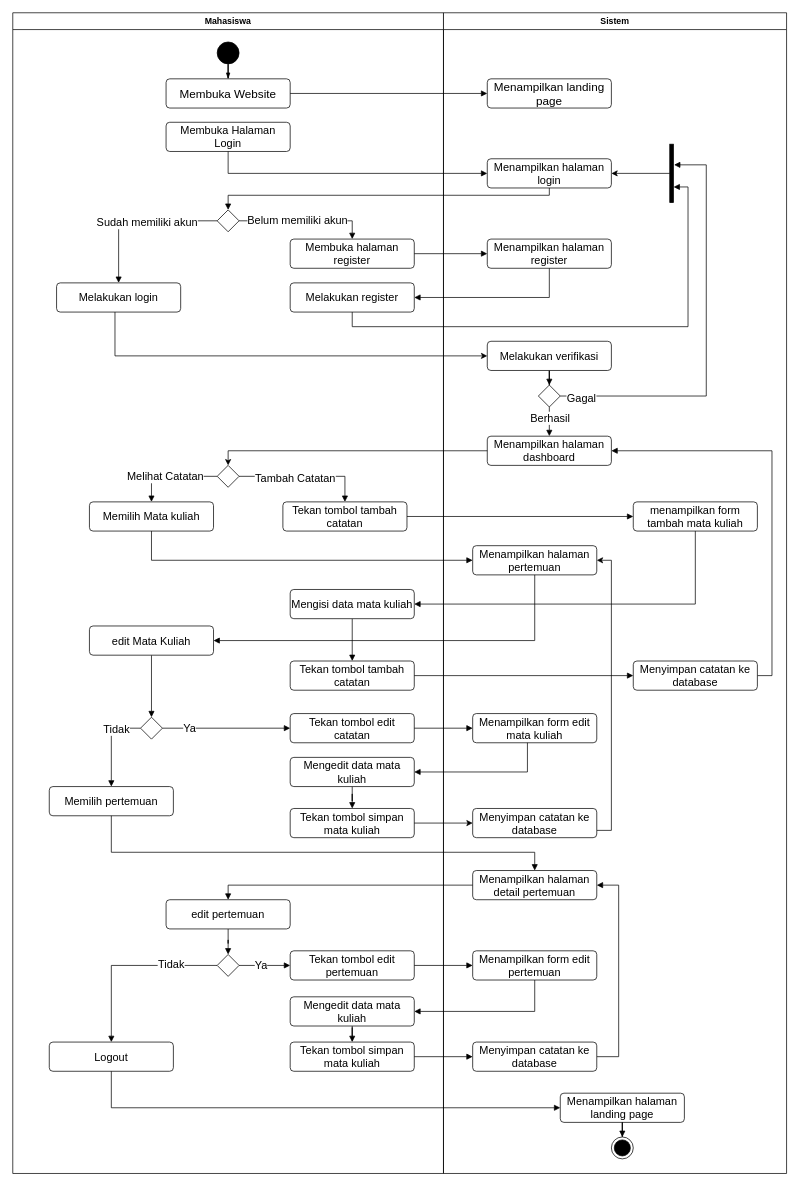
Above: catatan-kuliah-activity.drawio in Gefila/draw.io (draw.io), before the change. Source tidied: cells renumbered, new cells numbered last; positions are measured from the earlier drawing's top-left corner, leaving out a move shared by most shapes. Both pictures are drawn from the tidied source at 73%, with x=0, y=0 at pixel (12, 12).
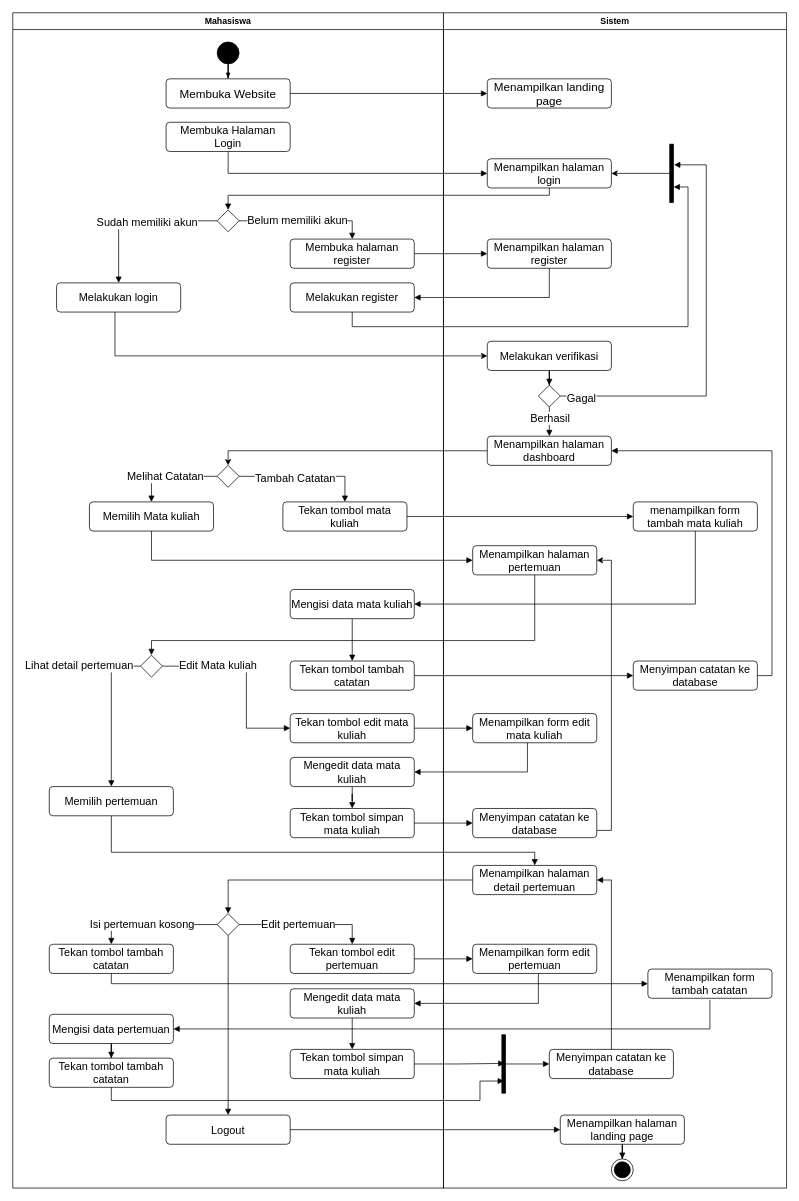
Above is the later version.

The change refers to these unchanged cells:
```xml
<mxCell id="22" style="edgeStyle=orthogonalEdgeStyle;rounded=0;jettySize=auto;html=1;entryX=0.5;entryY=0;entryDx=0;entryDy=0;exitX=0;exitY=0.5;exitDx=0;exitDy=0;strokeColor=default;align=center;verticalAlign=middle;fontFamily=Helvetica;fontSize=11;fontColor=default;labelBackgroundColor=default;endArrow=block;endFill=1;" parent="2" edge="1" source="24" target="27">
  <mxGeometry relative="1" as="geometry" />
</mxCell>
<mxCell id="30" value="Tekan tombol simpan mata kuliah" style="html=1;align=center;verticalAlign=middle;rounded=1;absoluteArcSize=1;arcSize=10;dashed=0;whiteSpace=wrap;labelPosition=center;verticalLabelPosition=middle;fontSize=15;" parent="2" vertex="1">
  <mxGeometry x="380" y="1090" width="170" height="40" as="geometry" />
</mxCell>
<mxCell id="33" style="edgeStyle=orthogonalEdgeStyle;rounded=0;jettySize=auto;html=1;endArrow=block;endFill=1;" parent="2" edge="1" source="35" target="45">
  <mxGeometry relative="1" as="geometry" />
</mxCell>
<mxCell id="60" value="Menampilkan halaman pertemuan" style="html=1;align=center;verticalAlign=middle;rounded=1;absoluteArcSize=1;arcSize=10;dashed=0;whiteSpace=wrap;labelPosition=center;verticalLabelPosition=middle;fontSize=15;" parent="49" vertex="1">
  <mxGeometry x="40" y="730" width="170" height="40" as="geometry" />
</mxCell>
<mxCell id="65" value="Menyimpan catatan ke database" style="html=1;align=center;verticalAlign=middle;rounded=1;absoluteArcSize=1;arcSize=10;dashed=0;whiteSpace=wrap;labelPosition=center;verticalLabelPosition=middle;fontSize=15;" parent="49" vertex="1">
  <mxGeometry x="40" y="1090" width="170" height="40" as="geometry" />
</mxCell>
```

The edit, as a diff of the source:
```diff
@@
     <mxCell id="2" value="Mahasiswa" style="swimlane;whiteSpace=wrap;html=1;" parent="1" vertex="1">
-      <mxGeometry width="590" height="1590" as="geometry" />
+      <mxGeometry width="590" height="1610" as="geometry" />
     </mxCell>
@@
-    <mxCell id="20" value="Tekan tombol tambah catatan" style="html=1;align=center;verticalAlign=middle;rounded=1;absoluteArcSize=1;arcSize=10;dashed=0;whiteSpace=wrap;labelPosition=center;verticalLabelPosition=middle;fontSize=15;" parent="2" vertex="1">
+    <mxCell id="20" value="Tekan tombol mata kuliah" style="html=1;align=center;verticalAlign=middle;rounded=1;absoluteArcSize=1;arcSize=10;dashed=0;whiteSpace=wrap;labelPosition=center;verticalLabelPosition=middle;fontSize=15;" parent="2" vertex="1">
       <mxGeometry x="370" y="670" width="170" height="40" as="geometry" />
     </mxCell>
@@
-    <mxCell id="23" value="Tidak" style="edgeLabel;html=1;align=center;verticalAlign=middle;rounded=0;strokeColor=default;fontFamily=Helvetica;fontSize=15;fontColor=default;labelBackgroundColor=default;" parent="22" vertex="1">
-      <mxGeometry x="-0.44" relative="1" as="geometry" />
+    <mxCell id="23" value="Lihat detail pertemuan" style="edgeLabel;html=1;align=center;verticalAlign=middle;rounded=0;strokeColor=default;fontFamily=Helvetica;fontSize=15;fontColor=default;labelBackgroundColor=default;" parent="22" vertex="1">
+      <mxGeometry x="-0.44" relative="1" as="geometry">
+        <mxPoint x="-45" y="-19" as="offset" />
+      </mxGeometry>
     </mxCell>
     <mxCell id="24" style="rhombus;" parent="2" vertex="1">
-      <mxGeometry x="175" y="965" width="30" height="30" as="geometry" />
+      <mxGeometry x="175" y="880" width="30" height="30" as="geometry" />
     </mxCell>
-    <mxCell id="25" style="edgeStyle=orthogonalEdgeStyle;rounded=0;jettySize=auto;html=1;entryX=0.5;entryY=0;entryDx=0;entryDy=0;strokeColor=default;align=center;verticalAlign=middle;fontFamily=Helvetica;fontSize=11;fontColor=default;labelBackgroundColor=default;endArrow=block;endFill=1;" parent="2" edge="1" source="26" target="24">
-      <mxGeometry relative="1" as="geometry" />
-    </mxCell>
-    <mxCell id="26" value="edit Mata Kuliah" style="html=1;align=center;verticalAlign=middle;rounded=1;absoluteArcSize=1;arcSize=10;dashed=0;whiteSpace=wrap;labelPosition=center;verticalLabelPosition=middle;fontSize=15;" parent="2" vertex="1">
-      <mxGeometry x="105" y="840" width="170" height="40" as="geometry" />
-    </mxCell>
@@
-    <mxCell id="31" style="edgeStyle=orthogonalEdgeStyle;rounded=0;jettySize=auto;html=1;entryX=0.5;entryY=0;entryDx=0;entryDy=0;strokeColor=default;align=center;verticalAlign=middle;fontFamily=Helvetica;fontSize=11;fontColor=default;labelBackgroundColor=default;endArrow=block;endFill=1;" parent="2" edge="1" source="35" target="38">
-      <mxGeometry relative="1" as="geometry">
-        <Array as="points">
-          <mxPoint x="135" y="1305" />
-        </Array>
-      </mxGeometry>
-    </mxCell>
-    <mxCell id="32" value="Tidak" style="edgeLabel;html=1;align=center;verticalAlign=middle;rounded=0;strokeColor=default;fontFamily=Helvetica;fontSize=15;fontColor=default;labelBackgroundColor=default;" parent="31" vertex="1">
-      <mxGeometry x="-0.49" y="-3" relative="1" as="geometry" />
-    </mxCell>
@@
-    <mxCell id="34" value="Ya" style="edgeLabel;html=1;align=center;verticalAlign=middle;fontFamily=Helvetica;fontSize=15;fontColor=default;labelBackgroundColor=default;" parent="33" vertex="1">
+    <mxCell id="34" value="Edit pertemuan" style="edgeLabel;html=1;align=center;verticalAlign=middle;fontFamily=Helvetica;fontSize=15;fontColor=default;labelBackgroundColor=default;" parent="33" vertex="1">
       <mxGeometry x="-0.33" y="2" relative="1" as="geometry">
-        <mxPoint x="6" as="offset" />
+        <mxPoint x="19" as="offset" />
       </mxGeometry>
     </mxCell>
+    <mxCell id="100" style="edgeStyle=orthogonalEdgeStyle;shape=connector;rounded=0;jettySize=auto;html=1;entryX=0.5;entryY=0;entryDx=0;entryDy=0;strokeColor=default;align=center;verticalAlign=middle;fontFamily=Helvetica;fontSize=11;fontColor=default;labelBackgroundColor=default;endArrow=block;endFill=1;" parent="2" edge="1" source="35" target="102">
+      <mxGeometry relative="1" as="geometry" />
+    </mxCell>
+    <mxCell id="101" value="Isi pertemuan kosong" style="edgeLabel;html=1;align=center;verticalAlign=middle;fontFamily=Helvetica;fontSize=15;fontColor=default;labelBackgroundColor=default;" parent="100" vertex="1">
+      <mxGeometry x="0.01" y="-2" relative="1" as="geometry">
+        <mxPoint x="-17" as="offset" />
+      </mxGeometry>
+    </mxCell>
+    <mxCell id="31" style="edgeStyle=orthogonalEdgeStyle;shape=connector;rounded=0;jettySize=auto;html=1;strokeColor=default;align=center;verticalAlign=middle;fontFamily=Helvetica;fontSize=11;fontColor=default;labelBackgroundColor=default;endArrow=block;endFill=1;" parent="2" edge="1" source="35" target="38">
+      <mxGeometry relative="1" as="geometry" />
+    </mxCell>
     <mxCell id="35" style="rhombus;" parent="2" vertex="1">
-      <mxGeometry x="280" y="1290" width="30" height="30" as="geometry" />
+      <mxGeometry x="280" y="1234" width="30" height="30" as="geometry" />
     </mxCell>
-    <mxCell id="36" style="edgeStyle=orthogonalEdgeStyle;rounded=0;jettySize=auto;html=1;strokeColor=default;align=center;verticalAlign=middle;fontFamily=Helvetica;fontSize=11;fontColor=default;labelBackgroundColor=default;endArrow=block;endFill=1;" parent="2" edge="1" source="37" target="35">
-      <mxGeometry relative="1" as="geometry" />
-    </mxCell>
-    <mxCell id="37" value="edit pertemuan" style="html=1;align=center;verticalAlign=middle;rounded=1;absoluteArcSize=1;arcSize=10;dashed=0;whiteSpace=wrap;labelPosition=center;verticalLabelPosition=middle;fontSize=15;" parent="2" vertex="1">
-      <mxGeometry x="210" y="1215" width="170" height="40" as="geometry" />
-    </mxCell>
     <mxCell id="38" value="Logout" style="html=1;align=center;verticalAlign=middle;rounded=1;absoluteArcSize=1;arcSize=10;dashed=0;whiteSpace=wrap;labelPosition=center;verticalLabelPosition=middle;fontSize=15;" parent="2" vertex="1">
-      <mxGeometry x="50" y="1410" width="170" height="40" as="geometry" />
+      <mxGeometry x="210" y="1510" width="170" height="40" as="geometry" />
     </mxCell>
@@
-    <mxCell id="42" value="Tekan tombol edit catatan" style="html=1;align=center;verticalAlign=middle;rounded=1;absoluteArcSize=1;arcSize=10;dashed=0;whiteSpace=wrap;labelPosition=center;verticalLabelPosition=middle;fontSize=15;" parent="2" vertex="1">
+    <mxCell id="42" value="Tekan tombol edit mata kuliah" style="html=1;align=center;verticalAlign=middle;rounded=1;absoluteArcSize=1;arcSize=10;dashed=0;whiteSpace=wrap;labelPosition=center;verticalLabelPosition=middle;fontSize=15;" parent="2" vertex="1">
       <mxGeometry x="380" y="960" width="170" height="40" as="geometry" />
     </mxCell>
     <mxCell id="43" style="edgeStyle=orthogonalEdgeStyle;rounded=0;jettySize=auto;html=1;entryX=0;entryY=0.5;entryDx=0;entryDy=0;strokeColor=default;align=center;verticalAlign=middle;fontFamily=Helvetica;fontSize=11;fontColor=default;labelBackgroundColor=default;endArrow=block;endFill=1;" parent="2" edge="1" source="24" target="42">
-      <mxGeometry relative="1" as="geometry" />
+      <mxGeometry relative="1" as="geometry">
+        <Array as="points">
+          <mxPoint x="320" y="895" />
+          <mxPoint x="320" y="980" />
+        </Array>
+      </mxGeometry>
     </mxCell>
-    <mxCell id="44" value="Ya" style="edgeLabel;html=1;align=center;verticalAlign=middle;rounded=0;strokeColor=default;fontFamily=Helvetica;fontSize=15;fontColor=default;labelBackgroundColor=default;" parent="43" vertex="1">
+    <mxCell id="44" value="Edit Mata kuliah" style="edgeLabel;html=1;align=center;verticalAlign=middle;rounded=0;strokeColor=default;fontFamily=Helvetica;fontSize=15;fontColor=default;labelBackgroundColor=default;" parent="43" vertex="1">
       <mxGeometry x="-0.82" y="-2" relative="1" as="geometry">
-        <mxPoint x="20" y="-3" as="offset" />
+        <mxPoint x="52" y="-4" as="offset" />
       </mxGeometry>
     </mxCell>
     <mxCell id="45" value="Tekan tombol edit pertemuan" style="html=1;align=center;verticalAlign=middle;rounded=1;absoluteArcSize=1;arcSize=10;dashed=0;whiteSpace=wrap;labelPosition=center;verticalLabelPosition=middle;fontSize=15;" parent="2" vertex="1">
-      <mxGeometry x="380" y="1285" width="170" height="40" as="geometry" />
+      <mxGeometry x="380" y="1276" width="170" height="40" as="geometry" />
     </mxCell>
-    <mxCell id="46" style="edgeStyle=orthogonalEdgeStyle;rounded=0;jettySize=auto;html=1;entryX=0.5;entryY=0;entryDx=0;entryDy=0;strokeColor=default;align=center;verticalAlign=middle;fontFamily=Helvetica;fontSize=11;fontColor=default;labelBackgroundColor=default;endArrow=block;endFill=1;" parent="2" edge="1" source="47" target="48">
+    <mxCell id="46" style="edgeStyle=orthogonalEdgeStyle;shape=connector;rounded=0;jettySize=auto;html=1;strokeColor=default;align=center;verticalAlign=middle;fontFamily=Helvetica;fontSize=11;fontColor=default;labelBackgroundColor=default;endArrow=block;endFill=1;" parent="2" edge="1" source="47" target="48">
       <mxGeometry relative="1" as="geometry" />
     </mxCell>
     <mxCell id="47" value="Mengedit data mata kuliah" style="html=1;align=center;verticalAlign=middle;rounded=1;absoluteArcSize=1;arcSize=10;dashed=0;whiteSpace=wrap;labelPosition=center;verticalLabelPosition=middle;fontSize=15;" parent="2" vertex="1">
-      <mxGeometry x="380" y="1348" width="170" height="40" as="geometry" />
+      <mxGeometry x="380" y="1337" width="170" height="40" as="geometry" />
     </mxCell>
     <mxCell id="48" value="Tekan tombol simpan mata kuliah" style="html=1;align=center;verticalAlign=middle;rounded=1;absoluteArcSize=1;arcSize=10;dashed=0;whiteSpace=wrap;labelPosition=center;verticalLabelPosition=middle;fontSize=15;" parent="2" vertex="1">
-      <mxGeometry x="380" y="1410" width="170" height="40" as="geometry" />
+      <mxGeometry x="380" y="1420" width="170" height="40" as="geometry" />
     </mxCell>
+    <mxCell id="102" value="Tekan tombol tambah catatan" style="html=1;align=center;verticalAlign=middle;rounded=1;absoluteArcSize=1;arcSize=10;dashed=0;whiteSpace=wrap;labelPosition=center;verticalLabelPosition=middle;fontSize=15;" parent="2" vertex="1">
+      <mxGeometry x="50" y="1276" width="170" height="40" as="geometry" />
+    </mxCell>
+    <mxCell id="103" style="edgeStyle=orthogonalEdgeStyle;shape=connector;rounded=0;jettySize=auto;html=1;strokeColor=default;align=center;verticalAlign=middle;fontFamily=Helvetica;fontSize=11;fontColor=default;labelBackgroundColor=default;endArrow=block;endFill=1;" parent="2" edge="1" source="104" target="105">
+      <mxGeometry relative="1" as="geometry" />
+    </mxCell>
+    <mxCell id="104" value="Mengisi data pertemuan" style="html=1;align=center;verticalAlign=middle;rounded=1;absoluteArcSize=1;arcSize=10;dashed=0;whiteSpace=wrap;labelPosition=center;verticalLabelPosition=middle;fontSize=15;" parent="2" vertex="1">
+      <mxGeometry x="50" y="1372" width="170" height="40" as="geometry" />
+    </mxCell>
+    <mxCell id="105" value="Tekan tombol tambah catatan" style="html=1;align=center;verticalAlign=middle;rounded=1;absoluteArcSize=1;arcSize=10;dashed=0;whiteSpace=wrap;labelPosition=center;verticalLabelPosition=middle;fontSize=15;" parent="2" vertex="1">
+      <mxGeometry x="50" y="1432" width="170" height="40" as="geometry" />
+    </mxCell>
     <mxCell id="49" value="Sistem" style="swimlane;whiteSpace=wrap;html=1;" parent="1" vertex="1">
-      <mxGeometry x="590" width="470" height="1590" as="geometry" />
+      <mxGeometry x="590" width="470" height="1610" as="geometry" />
     </mxCell>
@@
     <mxCell id="62" value="Menampilkan halaman detail pertemuan" style="html=1;align=center;verticalAlign=middle;rounded=1;absoluteArcSize=1;arcSize=10;dashed=0;whiteSpace=wrap;labelPosition=center;verticalLabelPosition=middle;fontSize=15;" parent="49" vertex="1">
-      <mxGeometry x="40" y="1175" width="170" height="40" as="geometry" />
+      <mxGeometry x="40" y="1168" width="170" height="40" as="geometry" />
     </mxCell>
@@
     <mxCell id="68" value="Menampilkan form edit pertemuan" style="html=1;align=center;verticalAlign=middle;rounded=1;absoluteArcSize=1;arcSize=10;dashed=0;whiteSpace=wrap;labelPosition=center;verticalLabelPosition=middle;fontSize=15;" parent="49" vertex="1">
-      <mxGeometry x="40" y="1285" width="170" height="40" as="geometry" />
+      <mxGeometry x="40" y="1276" width="170" height="40" as="geometry" />
     </mxCell>
-    <mxCell id="69" style="edgeStyle=orthogonalEdgeStyle;shape=connector;rounded=0;jettySize=auto;html=1;entryX=1;entryY=0.5;entryDx=0;entryDy=0;strokeColor=default;align=center;verticalAlign=middle;fontFamily=Helvetica;fontSize=11;fontColor=default;labelBackgroundColor=default;endArrow=block;endFill=1;" parent="49" edge="1" source="70" target="62">
+    <mxCell id="69" style="edgeStyle=orthogonalEdgeStyle;rounded=0;jettySize=auto;html=1;entryX=1;entryY=0.5;entryDx=0;entryDy=0;endArrow=block;endFill=1;exitX=1;exitY=0.5;exitDx=0;exitDy=0;" parent="49" edge="1" source="70" target="62">
       <mxGeometry relative="1" as="geometry">
         <Array as="points">
-          <mxPoint x="240" y="1430" />
-          <mxPoint x="240" y="1195" />
+          <mxPoint x="230" y="1439" />
+          <mxPoint x="230" y="1188" />
         </Array>
       </mxGeometry>
     </mxCell>
     <mxCell id="70" value="Menyimpan catatan ke database" style="html=1;align=center;verticalAlign=middle;rounded=1;absoluteArcSize=1;arcSize=10;dashed=0;whiteSpace=wrap;labelPosition=center;verticalLabelPosition=middle;fontSize=15;" parent="49" vertex="1">
-      <mxGeometry x="40" y="1410" width="170" height="40" as="geometry" />
+      <mxGeometry x="145" y="1420" width="170" height="40" as="geometry" />
     </mxCell>
     <mxCell id="71" value="Menampilkan halaman landing page" style="html=1;align=center;verticalAlign=middle;rounded=1;absoluteArcSize=1;arcSize=10;dashed=0;whiteSpace=wrap;labelPosition=center;verticalLabelPosition=middle;fontSize=15;" parent="49" vertex="1">
-      <mxGeometry x="160" y="1480" width="170" height="40" as="geometry" />
+      <mxGeometry x="160" y="1510" width="170" height="40" as="geometry" />
     </mxCell>
@@
     <mxCell id="73" style="ellipse;html=1;shape=endState;fillColor=strokeColor;" parent="49" vertex="1">
-      <mxGeometry x="230" y="1540" width="30" height="30" as="geometry" />
+      <mxGeometry x="230" y="1570" width="30" height="30" as="geometry" />
     </mxCell>
@@
+    <mxCell id="106" value="Menampilkan form tambah catatan" style="html=1;align=center;verticalAlign=middle;rounded=1;absoluteArcSize=1;arcSize=10;dashed=0;whiteSpace=wrap;labelPosition=center;verticalLabelPosition=middle;fontSize=15;" parent="49" vertex="1">
+      <mxGeometry x="280" y="1310" width="170" height="40" as="geometry" />
+    </mxCell>
+    <mxCell id="107" style="edgeStyle=orthogonalEdgeStyle;shape=connector;rounded=0;jettySize=auto;html=1;entryX=0;entryY=0.5;entryDx=0;entryDy=0;strokeColor=default;align=center;verticalAlign=middle;fontFamily=Helvetica;fontSize=11;fontColor=default;labelBackgroundColor=default;endArrow=block;endFill=1;" parent="49" edge="1" source="108" target="70">
+      <mxGeometry relative="1" as="geometry" />
+    </mxCell>
+    <mxCell id="108" style="html=1;points=[];perimeter=orthogonalPerimeter;fillColor=strokeColor;" parent="49" vertex="1">
+      <mxGeometry x="80" y="1400" width="5" height="80" as="geometry" />
+    </mxCell>
@@
-    <mxCell id="85" style="edgeStyle=orthogonalEdgeStyle;rounded=0;jettySize=auto;html=1;" parent="1" edge="1" source="30" target="65">
+    <mxCell id="85" style="edgeStyle=orthogonalEdgeStyle;rounded=0;jettySize=auto;html=1;endArrow=block;endFill=1;" parent="1" edge="1" source="30" target="65">
       <mxGeometry relative="1" as="geometry" />
     </mxCell>
@@
-    <mxCell id="87" style="edgeStyle=orthogonalEdgeStyle;rounded=0;jettySize=auto;html=1;entryX=0;entryY=0.5;entryDx=0;entryDy=0;strokeColor=default;align=center;verticalAlign=middle;fontFamily=Helvetica;fontSize=11;fontColor=default;labelBackgroundColor=default;endArrow=block;endFill=1;" parent="1" edge="1" source="48" target="70">
-      <mxGeometry relative="1" as="geometry" />
-    </mxCell>
@@
-    <mxCell id="95" style="edgeStyle=orthogonalEdgeStyle;shape=connector;rounded=0;jettySize=auto;html=1;entryX=1;entryY=0.5;entryDx=0;entryDy=0;strokeColor=default;align=center;verticalAlign=middle;fontFamily=Helvetica;fontSize=11;fontColor=default;labelBackgroundColor=default;endArrow=block;endFill=1;" parent="1" edge="1" source="60" target="26">
+    <mxCell id="95" style="edgeStyle=orthogonalEdgeStyle;shape=connector;rounded=0;jettySize=auto;html=1;entryX=0.5;entryY=0;entryDx=0;entryDy=0;strokeColor=default;align=center;verticalAlign=middle;fontFamily=Helvetica;fontSize=11;fontColor=default;labelBackgroundColor=default;endArrow=block;endFill=1;" parent="1" edge="1" source="60" target="24">
       <mxGeometry relative="1" as="geometry">
         <Array as="points">
           <mxPoint x="715" y="860" />
+          <mxPoint x="190" y="860" />
         </Array>
       </mxGeometry>
     </mxCell>
@@
-    <mxCell id="97" style="edgeStyle=orthogonalEdgeStyle;shape=connector;rounded=0;jettySize=auto;html=1;entryX=0.5;entryY=0;entryDx=0;entryDy=0;strokeColor=default;align=center;verticalAlign=middle;fontFamily=Helvetica;fontSize=11;fontColor=default;labelBackgroundColor=default;endArrow=block;endFill=1;" parent="1" edge="1" source="62" target="37">
-      <mxGeometry relative="1" as="geometry" />
-    </mxCell>
+    <mxCell id="109" style="edgeStyle=orthogonalEdgeStyle;shape=connector;rounded=0;jettySize=auto;html=1;entryX=0.5;entryY=0;entryDx=0;entryDy=0;strokeColor=default;align=center;verticalAlign=middle;fontFamily=Helvetica;fontSize=11;fontColor=default;labelBackgroundColor=default;endArrow=block;endFill=1;" parent="1" edge="1" source="62" target="35">
+      <mxGeometry relative="1" as="geometry" />
+    </mxCell>
+    <mxCell id="110" style="edgeStyle=orthogonalEdgeStyle;shape=connector;rounded=0;jettySize=auto;html=1;entryX=0;entryY=0.5;entryDx=0;entryDy=0;strokeColor=default;align=center;verticalAlign=middle;fontFamily=Helvetica;fontSize=11;fontColor=default;labelBackgroundColor=default;endArrow=block;endFill=1;" parent="1" edge="1" source="102" target="106">
+      <mxGeometry relative="1" as="geometry">
+        <Array as="points">
+          <mxPoint x="135" y="1330" />
+          <mxPoint x="870" y="1330" />
+        </Array>
+      </mxGeometry>
+    </mxCell>
     <mxCell id="98" style="edgeStyle=orthogonalEdgeStyle;shape=connector;rounded=0;jettySize=auto;html=1;entryX=1;entryY=0.5;entryDx=0;entryDy=0;strokeColor=default;align=center;verticalAlign=middle;fontFamily=Helvetica;fontSize=11;fontColor=default;labelBackgroundColor=default;endArrow=block;endFill=1;" parent="1" edge="1" source="68" target="47">
       <mxGeometry relative="1" as="geometry">
         <Array as="points">
-          <mxPoint x="715" y="1368" />
+          <mxPoint x="720" y="1357" />
         </Array>
       </mxGeometry>
     </mxCell>
+    <mxCell id="111" style="edgeStyle=orthogonalEdgeStyle;shape=connector;rounded=0;jettySize=auto;html=1;entryX=1;entryY=0.5;entryDx=0;entryDy=0;strokeColor=default;align=center;verticalAlign=middle;fontFamily=Helvetica;fontSize=11;fontColor=default;labelBackgroundColor=default;endArrow=block;endFill=1;" parent="1" edge="1" target="104">
+      <mxGeometry relative="1" as="geometry">
+        <mxPoint x="955" y="1352" as="sourcePoint" />
+        <Array as="points">
+          <mxPoint x="955" y="1392" />
+        </Array>
+      </mxGeometry>
+    </mxCell>
     <mxCell id="99" style="edgeStyle=orthogonalEdgeStyle;shape=connector;rounded=0;jettySize=auto;html=1;entryX=0;entryY=0.5;entryDx=0;entryDy=0;strokeColor=default;align=center;verticalAlign=middle;fontFamily=Helvetica;fontSize=11;fontColor=default;labelBackgroundColor=default;endArrow=block;endFill=1;" parent="1" edge="1" source="38" target="71">
-      <mxGeometry relative="1" as="geometry">
-        <Array as="points">
-          <mxPoint x="135" y="1500" />
-        </Array>
-      </mxGeometry>
+      <mxGeometry relative="1" as="geometry" />
     </mxCell>
+    <mxCell id="112" style="edgeStyle=orthogonalEdgeStyle;shape=connector;rounded=0;jettySize=auto;html=1;entryX=0.567;entryY=0.792;entryDx=0;entryDy=0;entryPerimeter=0;strokeColor=default;align=center;verticalAlign=middle;fontFamily=Helvetica;fontSize=11;fontColor=default;labelBackgroundColor=default;endArrow=block;endFill=1;" parent="1" edge="1" source="105" target="108">
+      <mxGeometry relative="1" as="geometry">
+        <Array as="points">
+          <mxPoint x="135" y="1490" />
+          <mxPoint x="640" y="1490" />
+          <mxPoint x="640" y="1463" />
+        </Array>
+      </mxGeometry>
+    </mxCell>
+    <mxCell id="113" style="edgeStyle=orthogonalEdgeStyle;shape=connector;rounded=0;jettySize=auto;html=1;entryX=0.733;entryY=0.49;entryDx=0;entryDy=0;entryPerimeter=0;strokeColor=default;align=center;verticalAlign=middle;fontFamily=Helvetica;fontSize=11;fontColor=default;labelBackgroundColor=default;endArrow=block;endFill=1;" parent="1" edge="1" source="48" target="108">
+      <mxGeometry relative="1" as="geometry" />
+    </mxCell>
```
